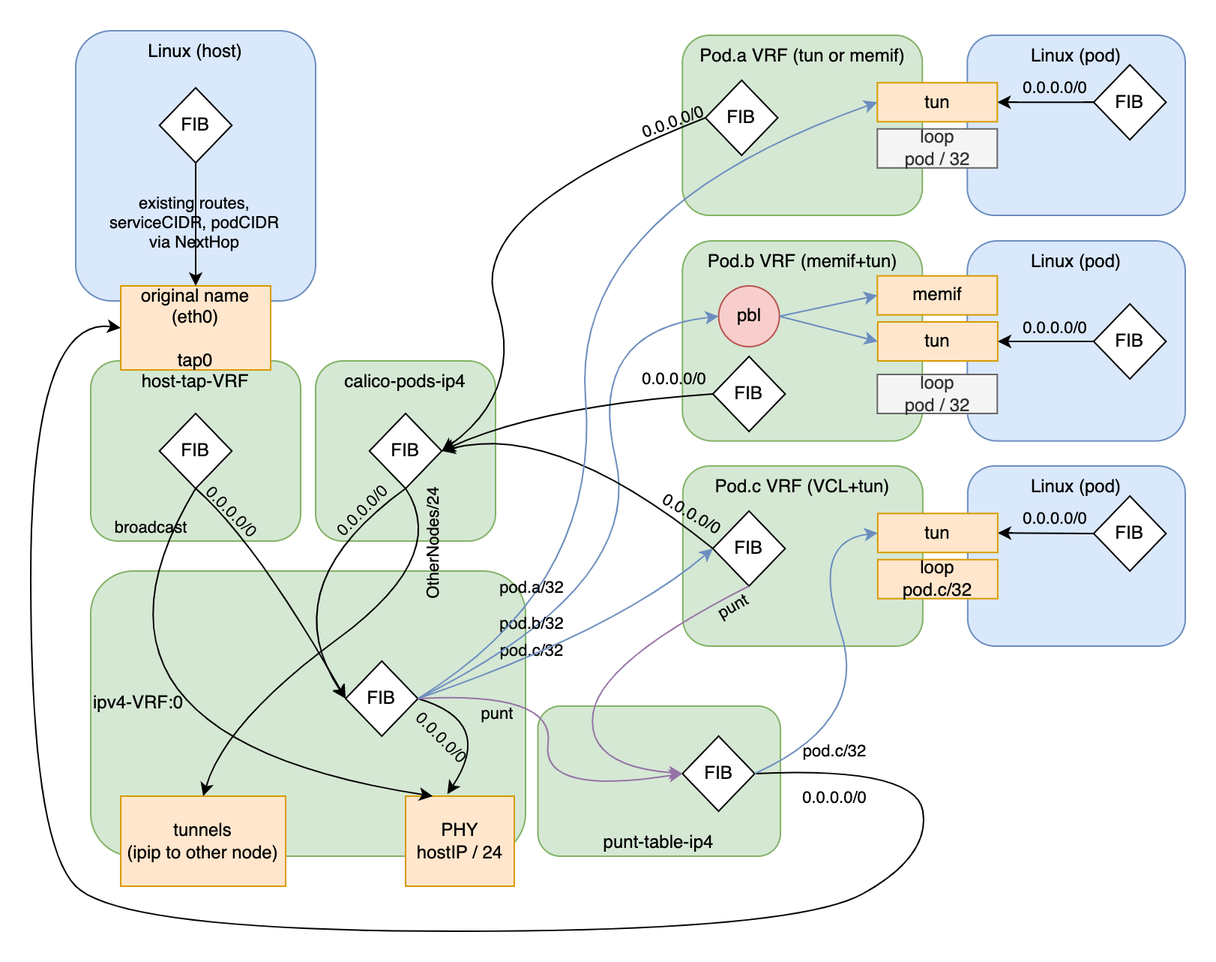
Before: docs/_static/calico_vpp_vrf_layout.drawio.png, a diagram exported from draw.io (projectcalico/vpp-dataplane). Source tidied: cells renumbered, new cells last; positions are measured from the earlier drawing's top-left corner, leaving out a move shared by most shapes.
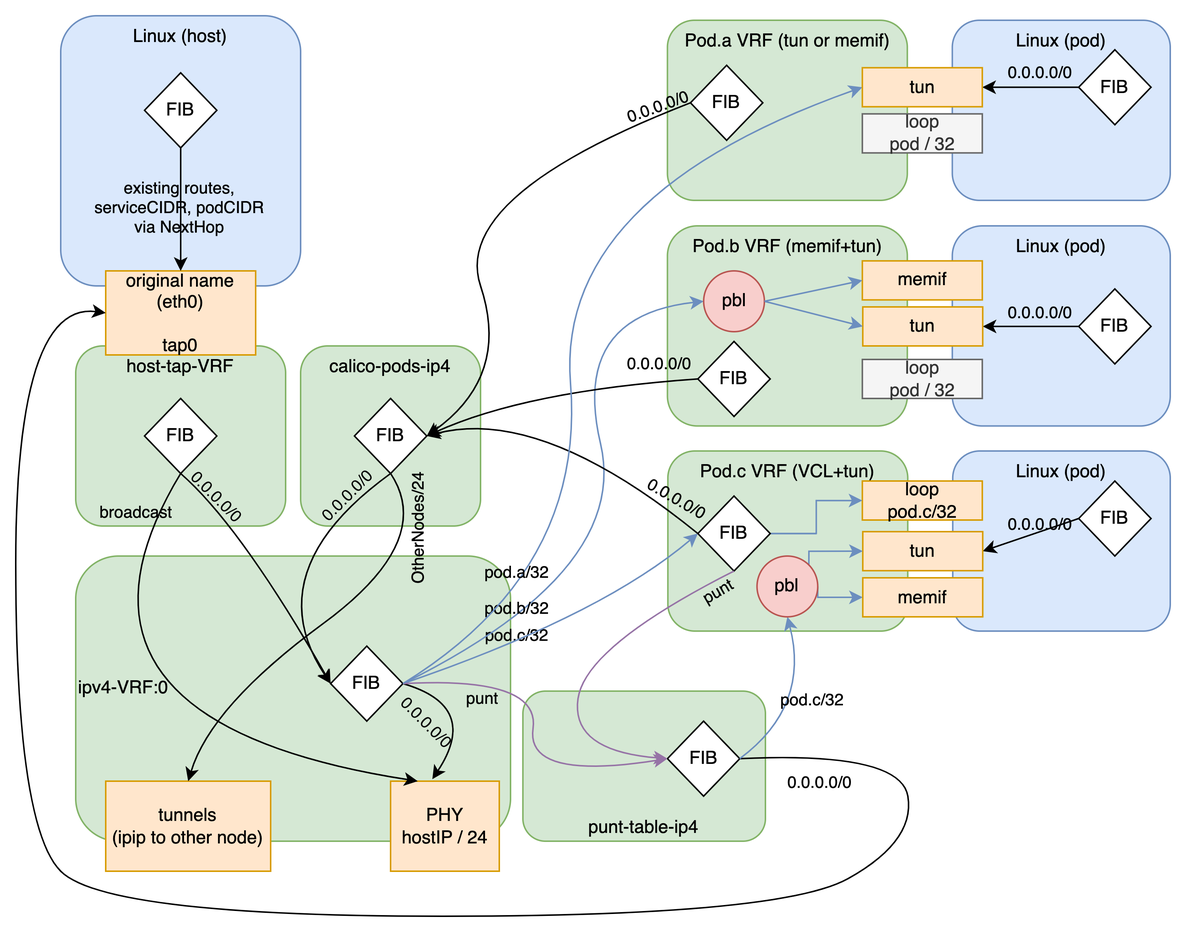
Later version of the same file.

Diff of the diagram source:
```diff
@@ -170,10 +170,8 @@
     <mxCell id="41" value="FIB" style="rhombus;whiteSpace=wrap;html=1;" parent="1" vertex="1">
       <mxGeometry x="708.9" y="310" width="48.2" height="50" as="geometry" />
     </mxCell>
-    <mxCell id="42" style="curved=1;endArrow=classic;html=1;exitX=0;exitY=0.5;exitDx=0;exitDy=0;entryX=1;entryY=0.5;entryDx=0;entryDy=0;" parent="1" edge="1" source="41">
-      <mxGeometry relative="1" as="geometry">
-        <mxPoint x="644.9" y="334.6" as="targetPoint" />
-      </mxGeometry>
+    <mxCell id="42" style="curved=1;endArrow=classic;html=1;exitX=0;exitY=0.5;exitDx=0;exitDy=0;entryX=1;entryY=0.5;entryDx=0;entryDy=0;" parent="1" edge="1" source="41" target="45">
+      <mxGeometry relative="1" as="geometry" />
     </mxCell>
     <mxCell id="43" value="0.0.0.0/0" style="edgeLabel;html=1;align=center;verticalAlign=middle;labelBackgroundColor=none;" parent="42" vertex="1">
       <mxGeometry x="0.2" y="-3" relative="1" as="geometry">
@@ -184,14 +182,17 @@
       <mxGeometry x="434.9" y="290" width="160" height="120" as="geometry" />
     </mxCell>
     <mxCell id="45" value="tun" style="rounded=0;whiteSpace=wrap;html=1;fillColor=#ffe6cc;strokeColor=#d79b00;" parent="1" vertex="1">
-      <mxGeometry x="564.9" y="321.6" width="80" height="26" as="geometry" />
+      <mxGeometry x="564.9" y="343.8" width="80" height="26" as="geometry" />
     </mxCell>
     <mxCell id="46" value="&lt;div&gt;loop&lt;br&gt;pod.c/32&lt;br&gt;&lt;/div&gt;" style="rounded=0;whiteSpace=wrap;html=1;fillColor=#ffe6cc;strokeColor=#d79b00;" parent="1" vertex="1">
-      <mxGeometry x="564.9" y="352.4" width="80" height="26" as="geometry" />
+      <mxGeometry x="564.6" y="310" width="80" height="26" as="geometry" />
     </mxCell>
     <mxCell id="47" value="0.0.0.0/0" style="edgeLabel;html=1;align=center;verticalAlign=middle;labelBackgroundColor=none;" parent="1" vertex="1">
       <mxGeometry x="535.9" y="510" as="geometry" />
     </mxCell>
+    <mxCell id="76" style="edgeStyle=orthogonalEdgeStyle;rounded=0;jettySize=auto;html=1;exitX=1;exitY=0.5;exitDx=0;exitDy=0;entryX=0;entryY=0.5;entryDx=0;entryDy=0;fillColor=#dae8fc;strokeColor=#6c8ebf;" parent="1" edge="1" source="48" target="46">
+      <mxGeometry relative="1" as="geometry" />
+    </mxCell>
     <mxCell id="48" value="FIB" style="rhombus;whiteSpace=wrap;html=1;" parent="1" vertex="1">
       <mxGeometry x="454.9" y="320" width="48.2" height="50" as="geometry" />
     </mxCell>
@@ -232,17 +233,16 @@
         </Array>
       </mxGeometry>
     </mxCell>
-    <mxCell id="57" style="curved=1;endArrow=classic;html=1;entryX=0;entryY=0.5;entryDx=0;entryDy=0;exitX=1;exitY=0.5;exitDx=0;exitDy=0;endFill=1;fillColor=#dae8fc;strokeColor=#6c8ebf;" parent="1" edge="1" source="17" target="45">
+    <mxCell id="57" style="curved=1;endArrow=classic;html=1;entryX=0.5;entryY=1;entryDx=0;entryDy=0;exitX=1;exitY=0.5;exitDx=0;exitDy=0;endFill=1;fillColor=#dae8fc;strokeColor=#6c8ebf;" parent="1" edge="1" source="17" target="79">
       <mxGeometry relative="1" as="geometry">
         <Array as="points">
-          <mxPoint x="560" y="460" />
-          <mxPoint x="520" y="340" />
+          <mxPoint x="530" y="460" />
         </Array>
       </mxGeometry>
     </mxCell>
     <mxCell id="58" value="pod.c/32" style="edgeLabel;html=1;align=center;verticalAlign=middle;labelBackgroundColor=none;" parent="57" vertex="1">
       <mxGeometry x="-0.72" y="7" relative="1" as="geometry">
-        <mxPoint x="24" y="5" as="offset" />
+        <mxPoint x="38" y="-24" as="offset" />
       </mxGeometry>
     </mxCell>
     <mxCell id="59" style="curved=1;endArrow=classic;html=1;entryX=1;entryY=0.5;entryDx=0;entryDy=0;exitX=0;exitY=0.5;exitDx=0;exitDy=0;" parent="1" edge="1" source="39" target="16">
@@ -295,6 +295,27 @@
         <mxPoint x="-10" y="10" as="offset" />
       </mxGeometry>
     </mxCell>
+    <mxCell id="77" style="edgeStyle=orthogonalEdgeStyle;rounded=0;jettySize=auto;html=1;exitX=1;exitY=0.5;exitDx=0;exitDy=0;entryX=0;entryY=0.5;entryDx=0;entryDy=0;fillColor=#dae8fc;strokeColor=#6c8ebf;" parent="1" edge="1" source="79" target="80">
+      <mxGeometry relative="1" as="geometry">
+        <Array as="points">
+          <mxPoint x="535" y="380" />
+          <mxPoint x="535" y="388" />
+        </Array>
+      </mxGeometry>
+    </mxCell>
+    <mxCell id="78" style="edgeStyle=orthogonalEdgeStyle;rounded=0;jettySize=auto;html=1;exitX=1;exitY=0;exitDx=0;exitDy=0;entryX=0;entryY=0.5;entryDx=0;entryDy=0;fillColor=#dae8fc;strokeColor=#6c8ebf;" parent="1" edge="1" source="79" target="45">
+      <mxGeometry relative="1" as="geometry">
+        <Array as="points">
+          <mxPoint x="529" y="357" />
+        </Array>
+      </mxGeometry>
+    </mxCell>
+    <mxCell id="79" value="pbl" style="ellipse;whiteSpace=wrap;html=1;fillColor=#f8cecc;strokeColor=#b85450;" parent="1" vertex="1">
+      <mxGeometry x="494.4" y="360" width="40.5" height="40.5" as="geometry" />
+    </mxCell>
+    <mxCell id="80" value="memif" style="rounded=0;whiteSpace=wrap;html=1;fillColor=#ffe6cc;strokeColor=#d79b00;" parent="1" vertex="1">
+      <mxGeometry x="564.9" y="374.5" width="80" height="26" as="geometry" />
+    </mxCell>
     <mxCell id="67" value="tun&#10;" parent="0" />
     <mxCell id="68" value="&lt;div&gt;Pod.a VRF (tun or memif)&lt;br&gt;&lt;/div&gt;" style="rounded=1;whiteSpace=wrap;html=1;verticalAlign=top;align=center;fillColor=#d5e8d4;strokeColor=#82b366;" parent="67" vertex="1">
       <mxGeometry x="434.6" y="3" width="160" height="120" as="geometry" />
```
